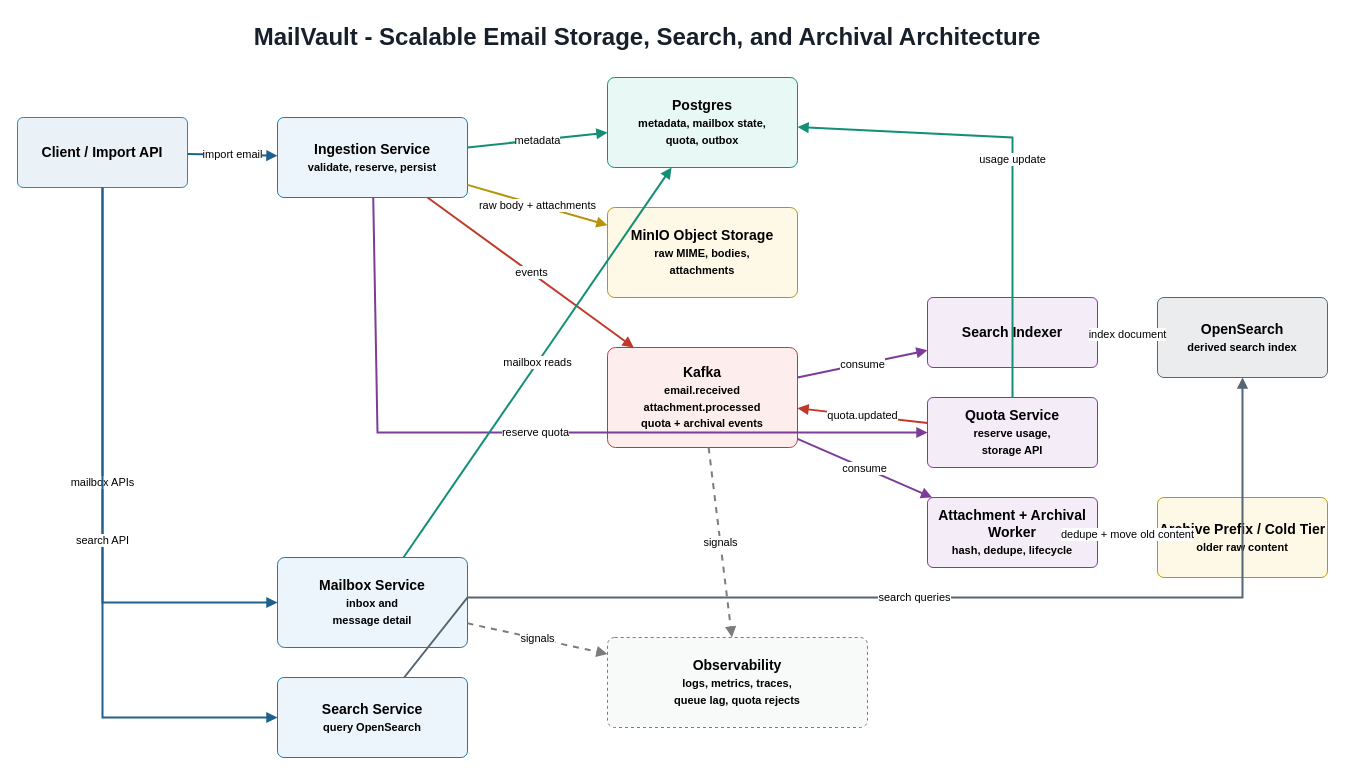
Before: docs/architecture.drawio in AbhinavMantri/mailvault, a draw.io diagram. Source tidied: cells renumbered, new cells numbered last; positions are measured from the earlier drawing's top-left corner, leaving out a move shared by most shapes. Both pictures are drawn from the tidied source at 100%, with x=0, y=0 at pixel (17, 17).
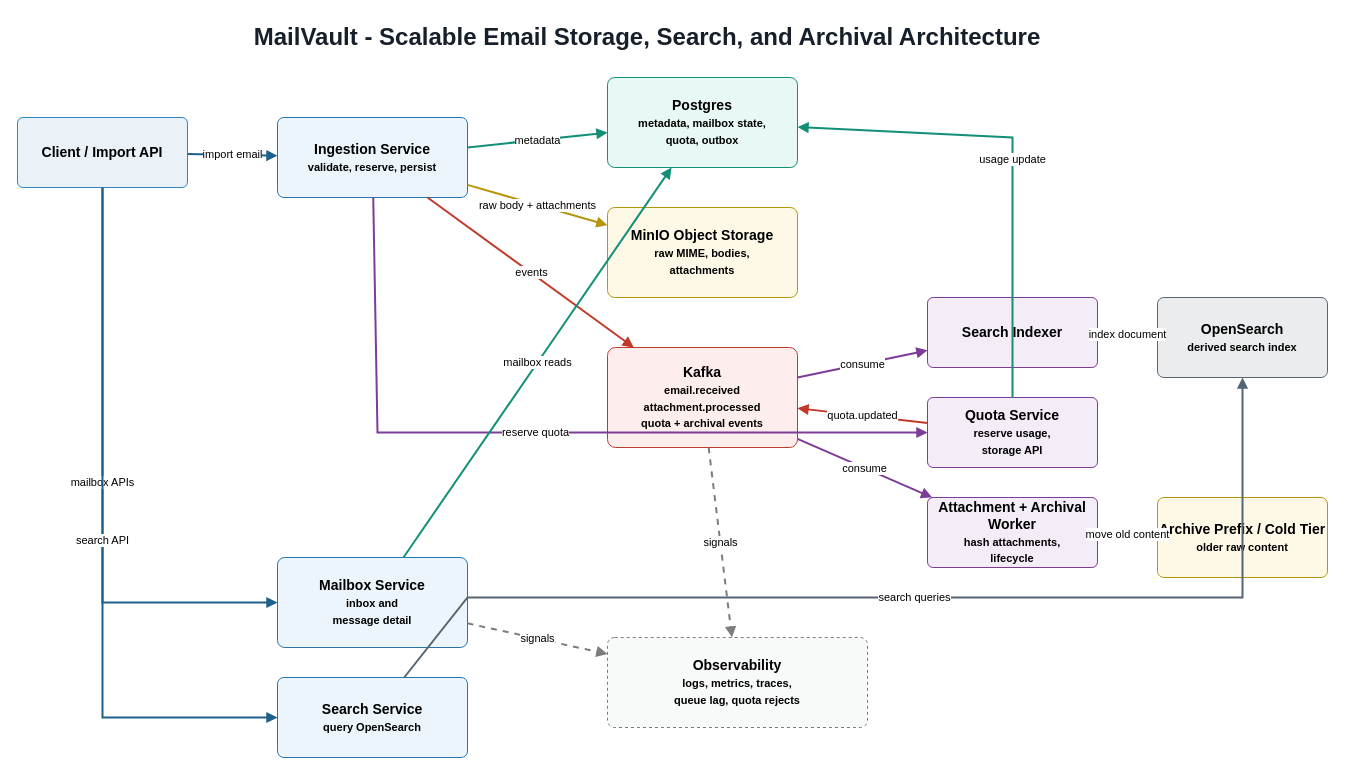
The same diagram, later.

The change refers to these unchanged cells:
```xml
<mxCell id="15" value="Archive Prefix / Cold Tier&lt;br&gt;&lt;font style=&quot;font-size: 11px;&quot;&gt;older raw content&lt;/font&gt;" style="rounded=1;whiteSpace=wrap;html=1;arcSize=8;fillColor=#FEF9E7;strokeColor=#B7950B;fontSize=14;fontStyle=1;" parent="1" vertex="1">
  <mxGeometry x="1140" y="480" width="170" height="80" as="geometry" />
</mxCell>
```

The edit, as a diff of the source:
```diff
@@
-    <mxCell id="10" value="Attachment + Archival Worker&lt;br&gt;&lt;font style=&quot;font-size: 11px;&quot;&gt;hash, dedupe, lifecycle&lt;/font&gt;" style="rounded=1;whiteSpace=wrap;html=1;arcSize=8;fillColor=#F4ECF7;strokeColor=#7D3C98;fontSize=14;fontStyle=1;" parent="1" vertex="1">
+    <mxCell id="10" value="Attachment + Archival Worker&lt;br&gt;&lt;font style=&quot;font-size: 11px;&quot;&gt;hash attachments,&lt;br&gt;lifecycle&lt;/font&gt;" style="rounded=1;whiteSpace=wrap;html=1;arcSize=8;fillColor=#F4ECF7;strokeColor=#7D3C98;fontSize=14;fontStyle=1;" parent="1" vertex="1">
       <mxGeometry x="910" y="480" width="170" height="70" as="geometry" />
     </mxCell>
@@
-    <mxCell id="26" value="dedupe + move old content" style="endArrow=block;html=1;rounded=0;strokeWidth=2;strokeColor=#B7950B;fontSize=11;" parent="1" edge="1" source="10" target="15">
+    <mxCell id="26" value="move old content" style="endArrow=block;html=1;rounded=0;strokeWidth=2;strokeColor=#B7950B;fontSize=11;" parent="1" edge="1" source="10" target="15">
       <mxGeometry relative="1" as="geometry" />
     </mxCell>
```
